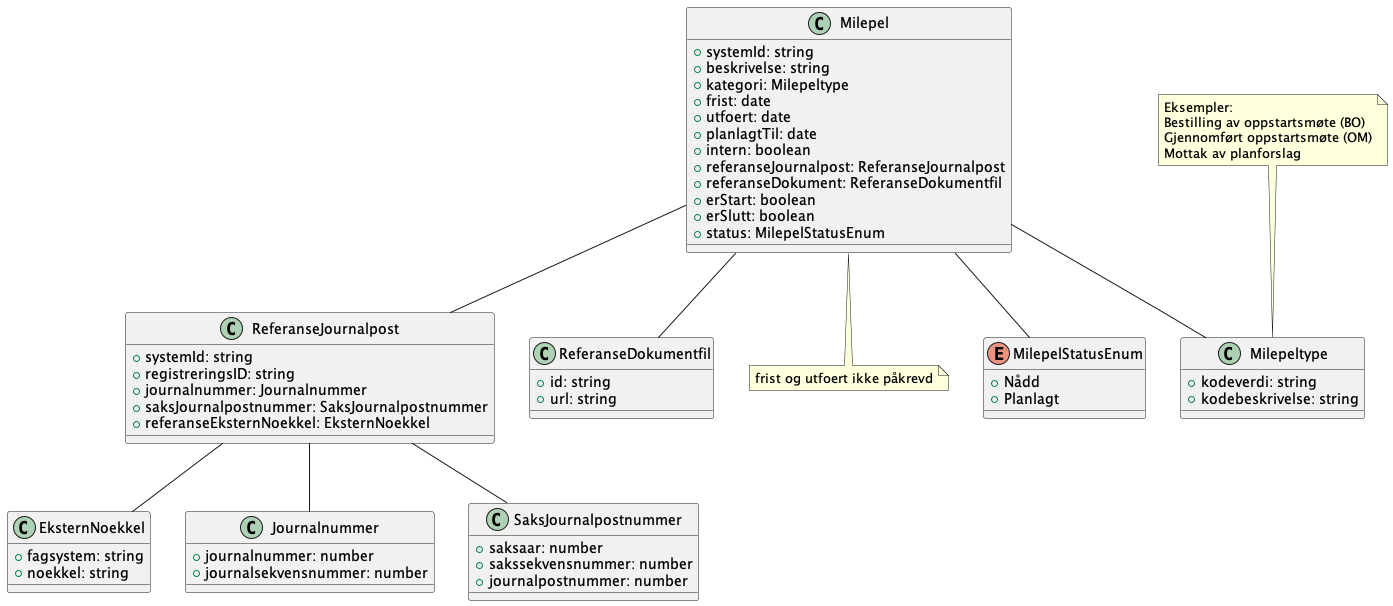
ks-no/fiks-saksfaser-specification keeps this PlantUML diagram as Dokumentasjon/V1/ClassDiagrams/no.ks.fiks.saksfaser.v1.felles.milepel/classdiagram.png. Above is the earlier version.
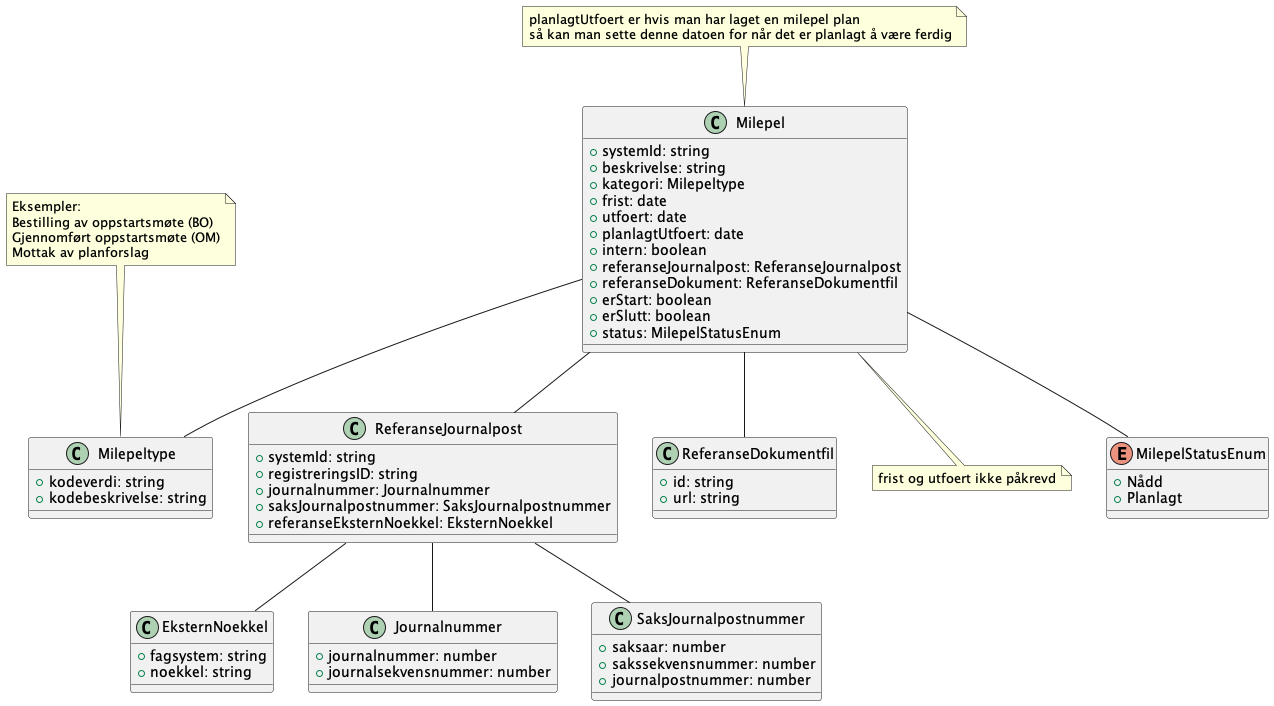
Later version of the same file.

What changed in the source:
```diff
@@ -12,7 +12,7 @@
     +kategori: Milepeltype
     +frist: date
     +utfoert: date
-    +planlagtTil: date
+    +planlagtUtfoert: date
     +intern: boolean
     +referanseJournalpost: ReferanseJournalpost
     +referanseDokument: ReferanseDokumentfil
@@ -20,6 +20,8 @@
     +erSlutt: boolean
     +status: MilepelStatusEnum
 }
+
+note top of Milepel : planlagtUtfoert er hvis man har laget en milepel plan \nså kan man sette denne datoen for når det er planlagt å være ferdig
 
 Milepel -- Milepeltype
 
```
